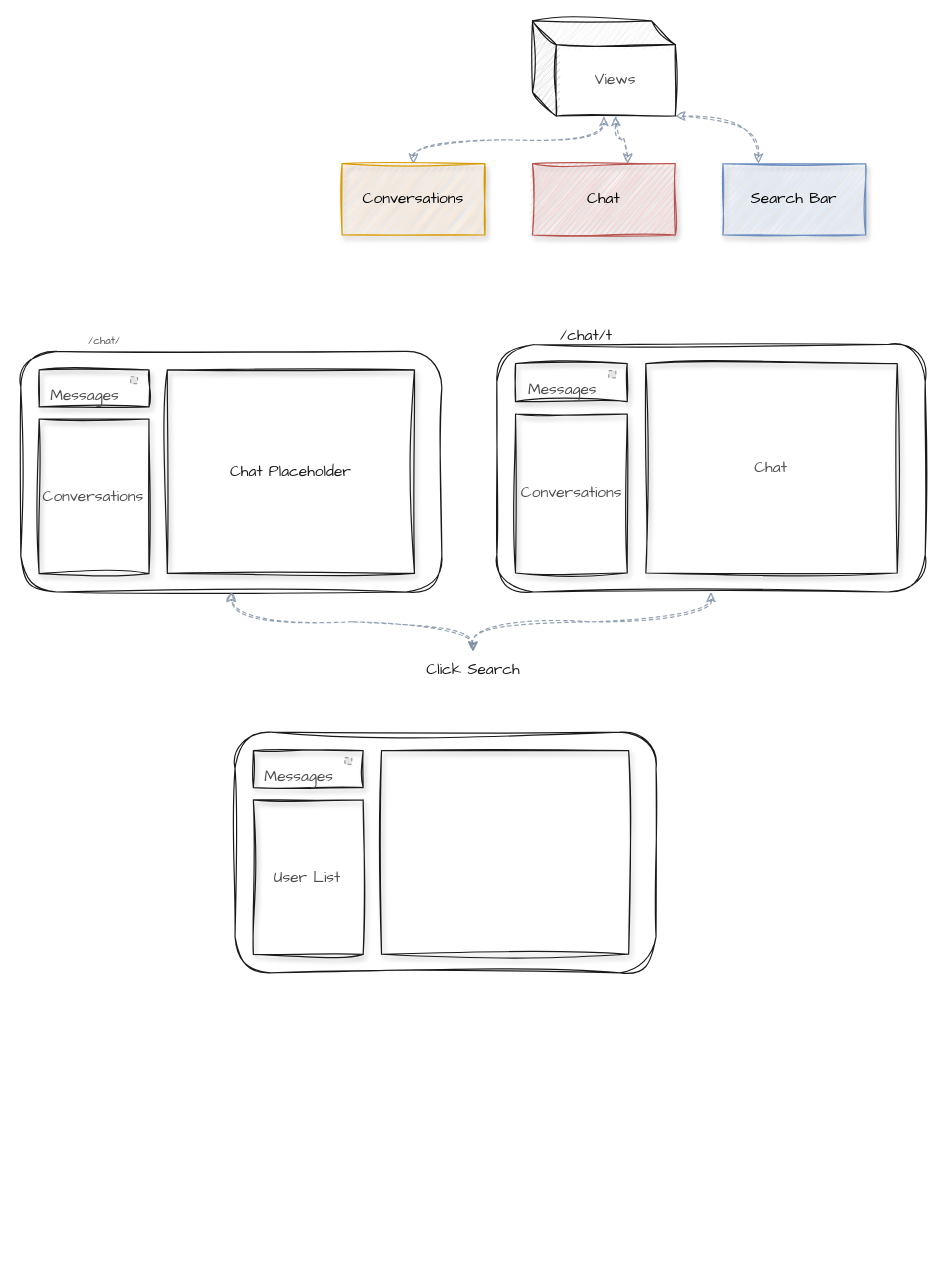
Before: Diagram bez tytułu.drawio in MichalWalczuk/graphs-dev, a draw.io diagram. Source tidied: cells renumbered, new cells numbered last; positions are measured from the earlier drawing's top-left corner, leaving out a move shared by most shapes. Both pictures are drawn from the tidied source at 119%, with x=0, y=0 at pixel (20, 20). Pictures stored in the file or linked from it are replaced by grey dashed boxes.
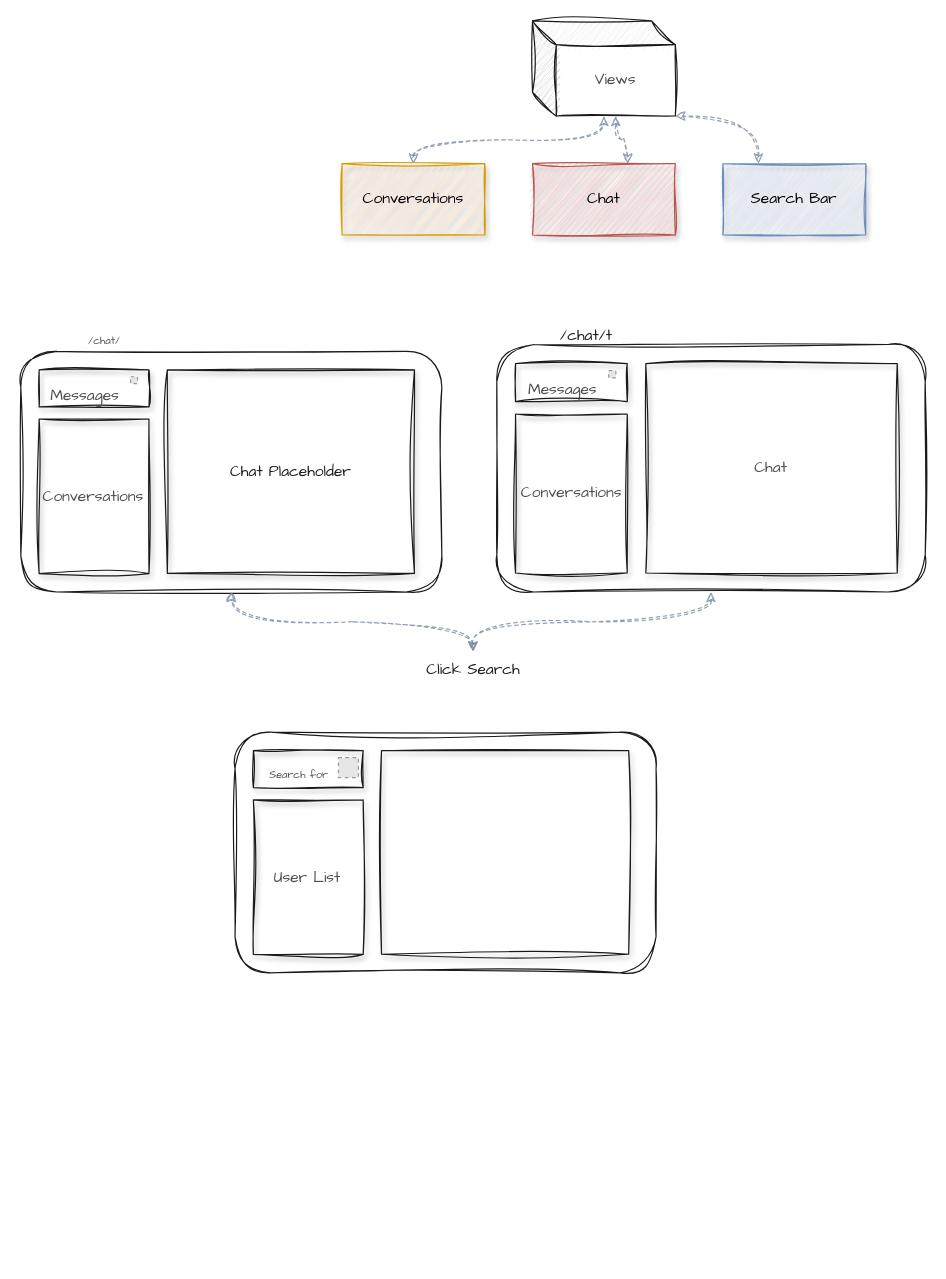
The same page after the edit.

Unchanged cells that the change refers to:
```xml
<mxCell id="34" style="group;" parent="30" vertex="1">
  <mxGeometry x="15.4" y="23.3" width="92.3" height="31.1" as="geometry" />
</mxCell>
```

What changed in the source:
```diff
@@
     <mxCell id="30" style="group;" parent="1" vertex="1">
-      <mxGeometry x="180" y="590" width="400" height="210" as="geometry" />
+      <mxGeometry x="180" y="590" width="540" height="450" as="geometry" />
     </mxCell>
@@
-    <mxCell id="37" value="&lt;font style=&quot;font-size: 13px;&quot;&gt;Messages&lt;/font&gt;" style="text;html=1;strokeColor=none;fillColor=none;align=center;verticalAlign=middle;whiteSpace=wrap;rounded=0;shadow=1;glass=0;sketch=1;hachureGap=4;jiggle=2;fillStyle=zigzag;fontFamily=Architects Daughter;fontSize=9;fontColor=#4D4D4D;" parent="34" vertex="1">
+    <mxCell id="37" value="Search for" style="text;html=1;strokeColor=none;fillColor=none;align=center;verticalAlign=middle;whiteSpace=wrap;rounded=0;shadow=1;glass=0;sketch=1;hachureGap=4;jiggle=2;fillStyle=zigzag;fontFamily=Architects Daughter;fontSize=9;fontColor=#4D4D4D;" parent="34" vertex="1">
       <mxGeometry x="7.7" y="11.7" width="61.5" height="19.4" as="geometry" />
     </mxCell>
+    <mxCell id="38" style="fillColor=#E6E6E6;strokeColor=#999999;dashed=1;verticalLabelPosition=bottom;labelBackgroundColor=default;verticalAlign=top;" parent="34" vertex="1">
+      <mxGeometry x="71.5" y="5.8" width="16.8" height="16.8" as="geometry" />
+    </mxCell>
```
